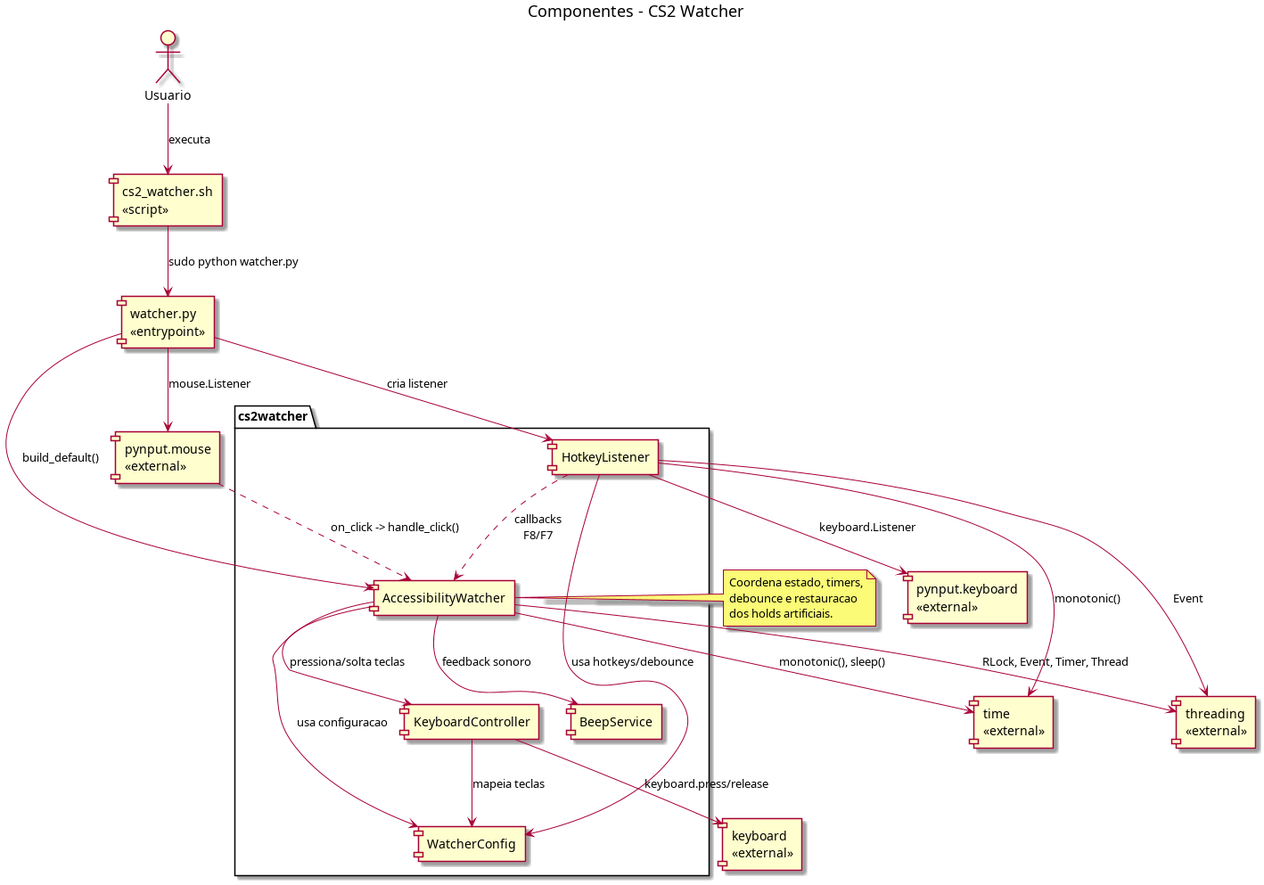
Earlier version of the PlantUML export docs/componentes.png (clesiorki2018/cs2-watcher). Its source is kept beside it as docs/componentes.puml. The source it was exported from:
```plantuml
@startuml
title Componentes - CS2 Watcher

skinparam componentStyle rectangle

actor Usuario

component "watcher.py\n<<entrypoint>>" as Entrypoint
component "cs2_watcher.sh\n<<script>>" as Script

package "cs2watcher" {
    component "AccessibilityWatcher" as AccessibilityWatcher
    component "WatcherConfig" as WatcherConfig
    component "HotkeyListener" as HotkeyListener
    component "KeyboardController" as KeyboardController
    component "BeepService" as BeepService
}

component "pynput.mouse\n<<external>>" as PynputMouse
component "pynput.keyboard\n<<external>>" as PynputKeyboard
component "keyboard\n<<external>>" as KeyboardLib
component "threading\n<<external>>" as Threading
component "time\n<<external>>" as TimeLib

Usuario --> Script : executa
Script --> Entrypoint : sudo python watcher.py

Entrypoint --> AccessibilityWatcher : build_default()
Entrypoint --> HotkeyListener : cria listener
Entrypoint --> PynputMouse : mouse.Listener

AccessibilityWatcher --> WatcherConfig : usa configuracao
AccessibilityWatcher --> KeyboardController : pressiona/solta teclas
AccessibilityWatcher --> BeepService : feedback sonoro
AccessibilityWatcher --> Threading : RLock, Event, Timer, Thread
AccessibilityWatcher --> TimeLib : monotonic(), sleep()

HotkeyListener --> WatcherConfig : usa hotkeys/debounce
HotkeyListener --> PynputKeyboard : keyboard.Listener
HotkeyListener --> Threading : Event
HotkeyListener --> TimeLib : monotonic()
HotkeyListener ..> AccessibilityWatcher : callbacks\nF8/F7

KeyboardController --> WatcherConfig : mapeia teclas
KeyboardController --> KeyboardLib : keyboard.press/release

PynputMouse ..> AccessibilityWatcher : on_click -> handle_click()

note right of AccessibilityWatcher
Coordena estado, timers,
debounce e restauracao
dos holds artificiais.
end note

@enduml
```
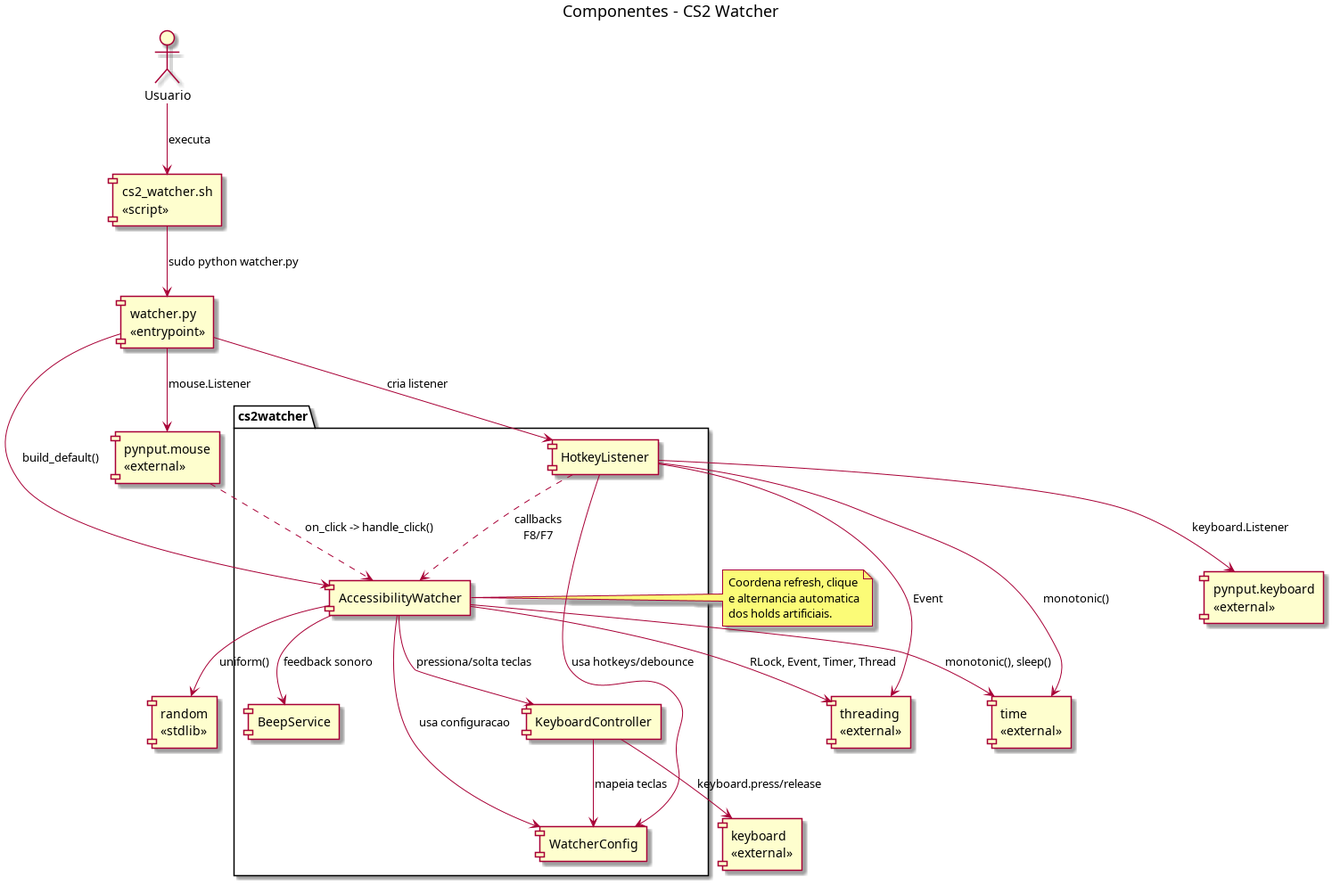
The same diagram one commit later.

The edit, as a diff of the source:
```diff
@@ -16,11 +16,12 @@
     component "BeepService" as BeepService
 }
 
+component "pynput.keyboard\n<<external>>" as PynputKeyboard
 component "pynput.mouse\n<<external>>" as PynputMouse
-component "pynput.keyboard\n<<external>>" as PynputKeyboard
 component "keyboard\n<<external>>" as KeyboardLib
 component "threading\n<<external>>" as Threading
 component "time\n<<external>>" as TimeLib
+component "random\n<<stdlib>>" as RandomLib
 
 Usuario --> Script : executa
 Script --> Entrypoint : sudo python watcher.py
@@ -34,6 +35,7 @@
 AccessibilityWatcher --> BeepService : feedback sonoro
 AccessibilityWatcher --> Threading : RLock, Event, Timer, Thread
 AccessibilityWatcher --> TimeLib : monotonic(), sleep()
+AccessibilityWatcher --> RandomLib : uniform()
 
 HotkeyListener --> WatcherConfig : usa hotkeys/debounce
 HotkeyListener --> PynputKeyboard : keyboard.Listener
@@ -47,8 +49,8 @@
 PynputMouse ..> AccessibilityWatcher : on_click -> handle_click()
 
 note right of AccessibilityWatcher
-Coordena estado, timers,
-debounce e restauracao
+Coordena refresh, clique
+e alternancia automatica
 dos holds artificiais.
 end note
 
```
